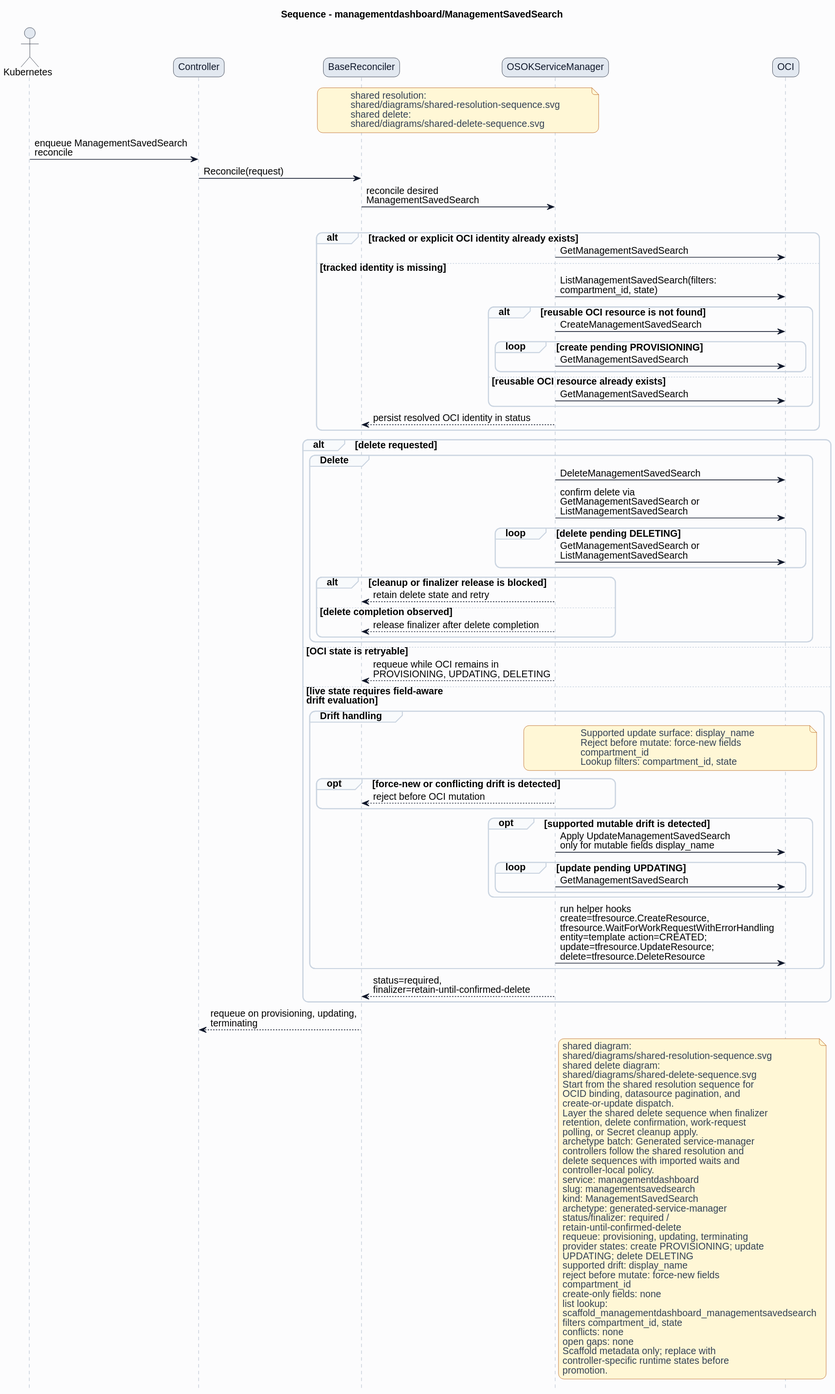
Above: formal/controllers/managementdashboard/managementsavedsearch/diagrams/sequence.svg in HaoyL666/oci-service-operator (PlantUML), before the change. The source it was exported from:
```plantuml
@startuml
skinparam shadowing false
skinparam backgroundColor #fcfcfd
skinparam defaultFontName Helvetica
skinparam defaultFontSize 14
skinparam arrowColor #0f172a
skinparam noteBackgroundColor #fff7d6
skinparam noteBorderColor #b45309
skinparam noteFontColor #334155
skinparam roundcorner 16
title Sequence - managementdashboard/ManagementSavedSearch
hide footbox
skinparam sequence {
  actorBorderColor #0f172a
  actorBackgroundColor #e2e8f0
  participantBorderColor #0f172a
  participantBackgroundColor #e2e8f0
  participantFontColor #0f172a
  lifeLineBorderColor #94a3b8
  groupBorderColor #cbd5e1
  groupBackgroundColor #f8fafc
}
actor Kubernetes
participant Controller
participant BaseReconciler
participant "OSOKServiceManager" as ServiceManager
participant OCI
note over BaseReconciler,ServiceManager
shared resolution:
shared/diagrams/shared-resolution-sequence.svg
shared delete:
shared/diagrams/shared-delete-sequence.svg
end note
Kubernetes -> Controller: enqueue ManagementSavedSearch\nreconcile
Controller -> BaseReconciler: Reconcile(request)
BaseReconciler -> ServiceManager: reconcile desired\nManagementSavedSearch
group Lookup and bind
alt tracked or explicit OCI identity already exists
ServiceManager -> OCI: GetManagementSavedSearch
else tracked identity is missing
ServiceManager -> OCI: ListManagementSavedSearch(filters:\ncompartment_id, state)
alt reusable OCI resource is not found
ServiceManager -> OCI: CreateManagementSavedSearch
loop create pending PROVISIONING
ServiceManager -> OCI: GetManagementSavedSearch
end
else reusable OCI resource already exists
ServiceManager -> OCI: GetManagementSavedSearch
end
ServiceManager --> BaseReconciler: persist resolved OCI identity in status
end
alt delete requested
group Delete
ServiceManager -> OCI: DeleteManagementSavedSearch
ServiceManager -> OCI: confirm delete via\nGetManagementSavedSearch or\nListManagementSavedSearch
loop delete pending DELETING
ServiceManager -> OCI: GetManagementSavedSearch or\nListManagementSavedSearch
end
alt cleanup or finalizer release is blocked
ServiceManager --> BaseReconciler: retain delete state and retry
else delete completion observed
ServiceManager --> BaseReconciler: release finalizer after delete completion
end
end
else OCI state is retryable
ServiceManager --> BaseReconciler: requeue while OCI remains in\nPROVISIONING, UPDATING, DELETING
else live state requires field-aware\ndrift evaluation
group Drift handling
note over ServiceManager,OCI
Supported update surface: display_name
Reject before mutate: force-new fields
compartment_id
Lookup filters: compartment_id, state
end note
opt force-new or conflicting drift is detected
ServiceManager --> BaseReconciler: reject before OCI mutation
end
opt supported mutable drift is detected
ServiceManager -> OCI: Apply UpdateManagementSavedSearch\nonly for mutable fields display_name
loop update pending UPDATING
ServiceManager -> OCI: GetManagementSavedSearch
end
end
ServiceManager -> OCI: run helper hooks\ncreate=tfresource.CreateResource,\ntfresource.WaitForWorkRequestWithErrorHandling\nentity=template action=CREATED;\nupdate=tfresource.UpdateResource;\ndelete=tfresource.DeleteResource
end
ServiceManager --> BaseReconciler: status=required,\nfinalizer=retain-until-confirmed-delete
end
BaseReconciler --> Controller: requeue on provisioning, updating,\nterminating
note right of ServiceManager
shared diagram:
shared/diagrams/shared-resolution-sequence.svg
shared delete diagram:
shared/diagrams/shared-delete-sequence.svg
Start from the shared resolution sequence for
OCID binding, datasource pagination, and
create-or-update dispatch.
Layer the shared delete sequence when finalizer
retention, delete confirmation, work-request
polling, or Secret cleanup apply.
archetype batch: Generated service-manager
controllers follow the shared resolution and
delete sequences with imported waits and
controller-local policy.
service: managementdashboard
slug: managementsavedsearch
kind: ManagementSavedSearch
archetype: generated-service-manager
status/finalizer: required /
retain-until-confirmed-delete
requeue: provisioning, updating, terminating
provider states: create PROVISIONING; update
UPDATING; delete DELETING
supported drift: display_name
reject before mutate: force-new fields
compartment_id
create-only fields: none
list lookup:
scaffold_managementdashboard_managementsavedsearch
filters compartment_id, state
conflicts: none
open gaps: none
Scaffold metadata only; replace with
controller-specific runtime states before
promotion.
end note
@enduml
```
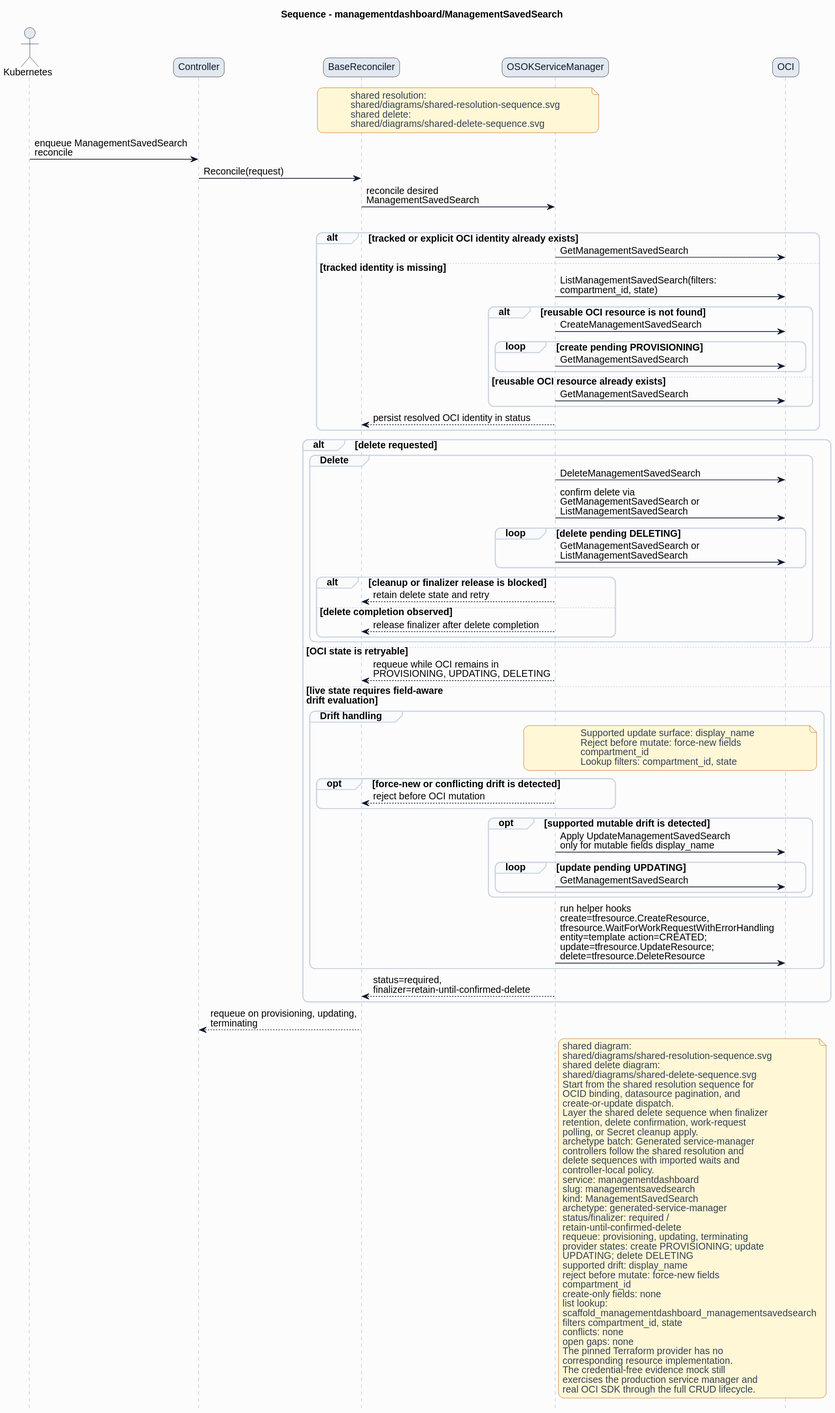
After the commit.

What changed in the source:
```diff
@@ -119,8 +119,10 @@
 filters compartment_id, state
 conflicts: none
 open gaps: none
-Scaffold metadata only; replace with
-controller-specific runtime states before
-promotion.
+The pinned Terraform provider has no
+corresponding resource implementation.
+The credential-free evidence mock still
+exercises the production service manager and
+real OCI SDK through the full CRUD lifecycle.
 end note
 @enduml
```
